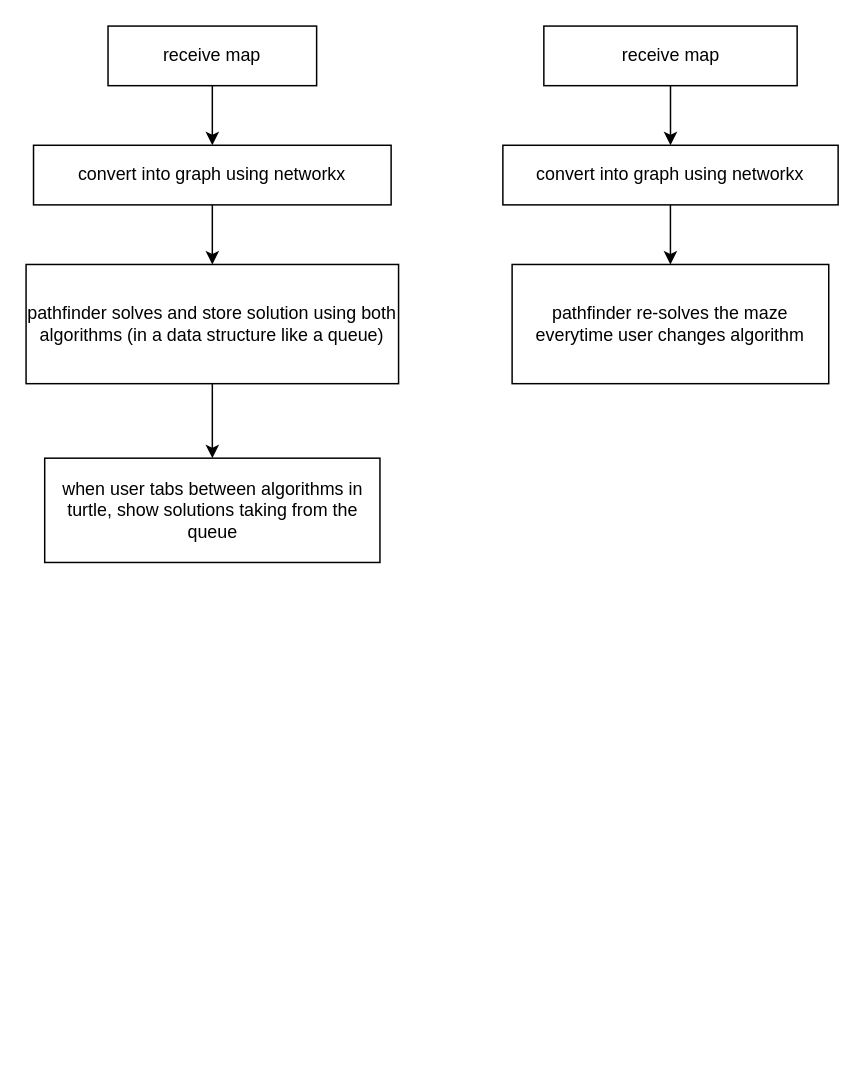
Earlier version of the draw.io diagram page "Logic Flow" (2 of 3) of diagrams/program_diagrams.drawio (junnjiee16/ST1507-DSAA-Maze-Solver). Source tidied: cells renumbered, new cells numbered last; positions are measured from the earlier drawing's top-left corner, leaving out a move shared by most shapes. Both pictures are drawn from the tidied source at 149%, with x=0, y=0 at pixel (25, 25).
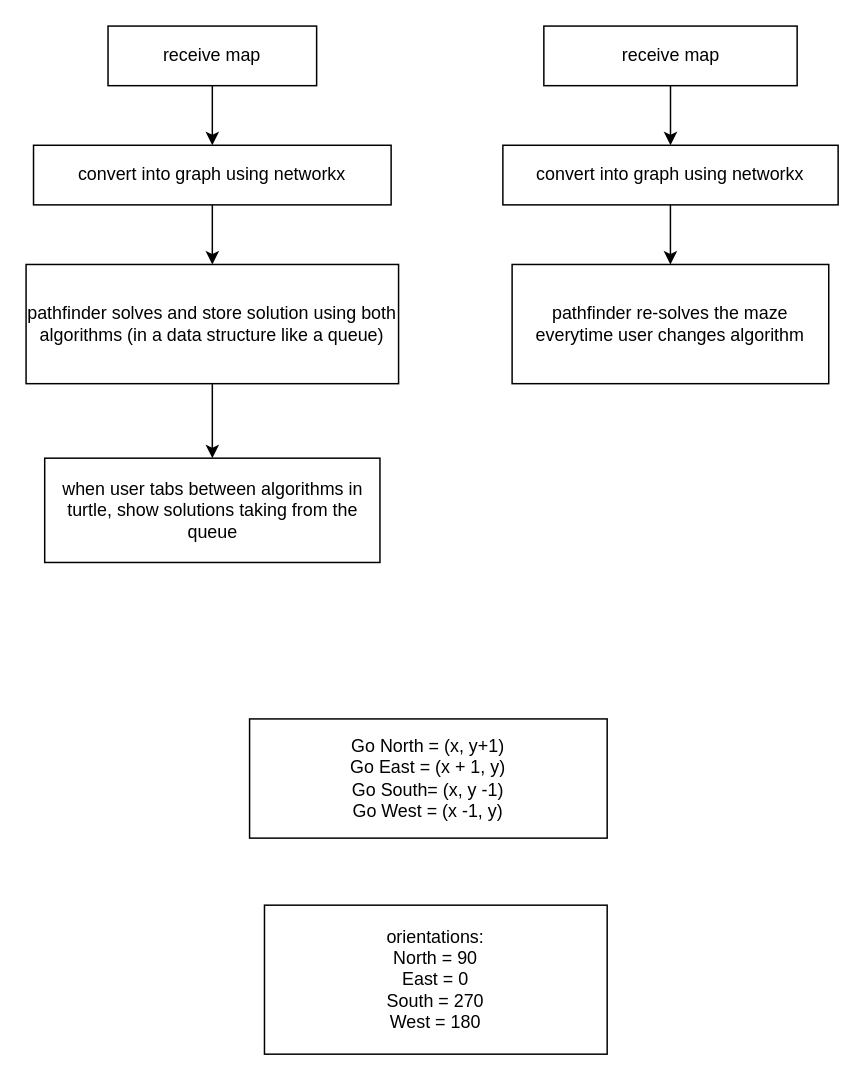
After the change.

Change to the diagram source:
```diff
@@
 <mxGraphModel>
   <root>
     <mxCell id="0" />
     <mxCell id="1" parent="0" />
     <mxCell id="2" style="edgeStyle=orthogonalEdgeStyle;rounded=0;jettySize=auto;html=1;entryX=0.5;entryY=0;entryDx=0;entryDy=0;" parent="1" edge="1" source="3" target="7">
       <mxGeometry relative="1" as="geometry" />
     </mxCell>
     <mxCell id="3" value="receive map" style="rounded=0;whiteSpace=wrap;html=1;" parent="1" vertex="1">
       <mxGeometry x="55" width="140" height="40" as="geometry" />
     </mxCell>
     <mxCell id="4" style="edgeStyle=orthogonalEdgeStyle;rounded=0;jettySize=auto;html=1;entryX=0.5;entryY=0;entryDx=0;entryDy=0;" parent="1" edge="1" source="5" target="8">
       <mxGeometry relative="1" as="geometry" />
     </mxCell>
     <mxCell id="5" value="pathfinder solves and store solution using both algorithms (in a data structure like a queue)" style="rounded=0;whiteSpace=wrap;html=1;" parent="1" vertex="1">
       <mxGeometry y="160" width="250" height="80" as="geometry" />
     </mxCell>
     <mxCell id="6" style="edgeStyle=orthogonalEdgeStyle;rounded=0;jettySize=auto;html=1;entryX=0.5;entryY=0;entryDx=0;entryDy=0;" parent="1" edge="1" source="7" target="5">
       <mxGeometry relative="1" as="geometry" />
     </mxCell>
     <mxCell id="7" value="convert into graph using networkx" style="rounded=0;whiteSpace=wrap;html=1;" parent="1" vertex="1">
       <mxGeometry x="5" y="80" width="240" height="40" as="geometry" />
     </mxCell>
     <mxCell id="8" value="when user tabs between algorithms in turtle, show solutions taking from the queue" style="rounded=0;whiteSpace=wrap;html=1;" parent="1" vertex="1">
       <mxGeometry x="12.5" y="290" width="225" height="70" as="geometry" />
     </mxCell>
     <mxCell id="9" style="edgeStyle=orthogonalEdgeStyle;rounded=0;jettySize=auto;html=1;entryX=0.5;entryY=0;entryDx=0;entryDy=0;" parent="1" edge="1" source="10" target="12">
       <mxGeometry relative="1" as="geometry" />
     </mxCell>
     <mxCell id="10" value="receive map" style="rounded=0;whiteSpace=wrap;html=1;" parent="1" vertex="1">
       <mxGeometry x="347.5" width="170" height="40" as="geometry" />
     </mxCell>
     <mxCell id="11" style="edgeStyle=orthogonalEdgeStyle;rounded=0;jettySize=auto;html=1;entryX=0.5;entryY=0;entryDx=0;entryDy=0;" parent="1" edge="1" source="12" target="13">
       <mxGeometry relative="1" as="geometry" />
     </mxCell>
     <mxCell id="12" value="convert into graph using networkx" style="rounded=0;whiteSpace=wrap;html=1;" parent="1" vertex="1">
       <mxGeometry x="320" y="80" width="225" height="40" as="geometry" />
     </mxCell>
     <mxCell id="13" value="pathfinder re-solves the maze everytime user changes algorithm" style="rounded=0;whiteSpace=wrap;html=1;" parent="1" vertex="1">
       <mxGeometry x="326.2" y="160" width="212.5" height="80" as="geometry" />
     </mxCell>
+    <mxCell id="14" value="Go North = (x, y+1)&lt;br&gt;Go East = (x + 1, y)&lt;br&gt;Go South= (x, y -1)&lt;br&gt;Go West = (x -1, y)" style="rounded=0;whiteSpace=wrap;html=1;" parent="1" vertex="1">
+      <mxGeometry x="150" y="465" width="240" height="80" as="geometry" />
+    </mxCell>
+    <mxCell id="15" value="orientations:&lt;br&gt;North = 90&lt;br&gt;East = 0&lt;br&gt;South = 270&lt;br&gt;West = 180" style="rounded=0;whiteSpace=wrap;html=1;" parent="1" vertex="1">
+      <mxGeometry x="160" y="590" width="230" height="100" as="geometry" />
+    </mxCell>
   </root>
 </mxGraphModel>
```
